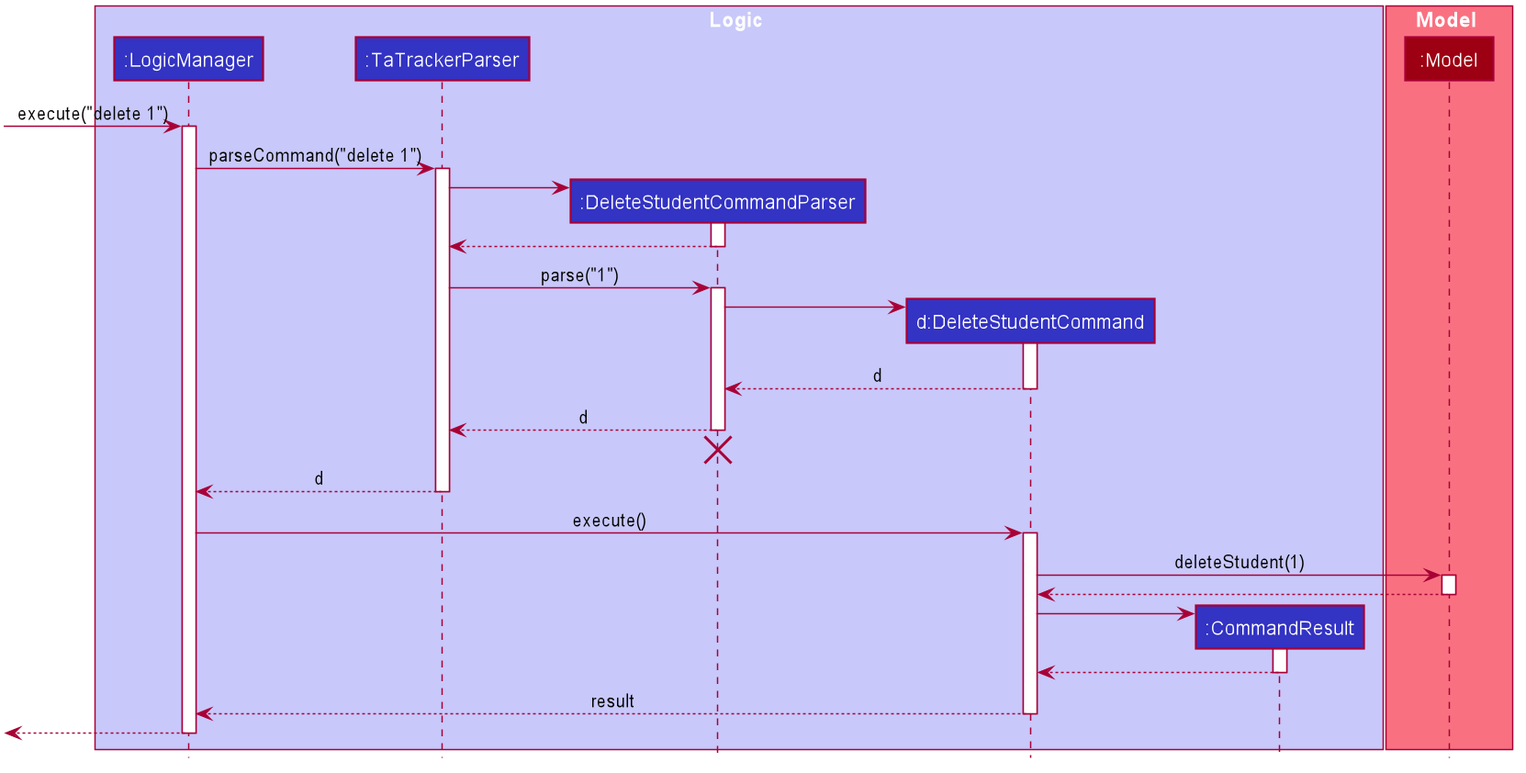
Above: docs/images/DeleteStudentSequenceDiagram.png in nus-cs2103-AY1920S2/addressbook-level3 (PlantUML), before the change.
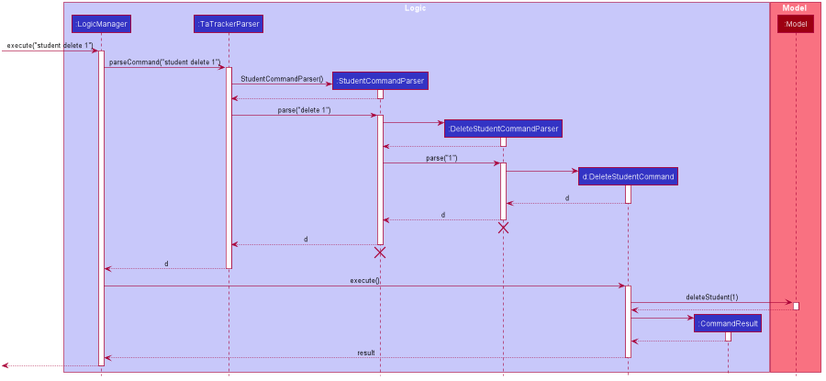
The same file after the commit.

Commit message:
Update Developer Guide

Diff of the diagram source:
```diff
@@ -51,6 +51,7 @@
 box Logic #C8C8FA
 participant ":LogicManager" as LogicManager #3333C4
 participant ":TaTrackerParser" as TaTrackerParser #3333C4
+participant ":StudentCommandParser" as StudentCommandParser #3333C4
 participant ":DeleteStudentCommandParser" as DeleteStudentCommandParser #3333C4
 participant "d:DeleteStudentCommand" as DeleteStudentCommand #3333C4
 participant ":CommandResult" as CommandResult #3333C4
@@ -60,20 +61,30 @@
 participant ":Model" as Model #9D0012
 end box
 
-[-> LogicManager : execute("delete 1")
+[-> LogicManager : execute("student delete 1")
 activate LogicManager
 
-LogicManager -> TaTrackerParser : parseCommand("delete 1")
+LogicManager -> TaTrackerParser : parseCommand("student delete 1")
 activate TaTrackerParser
 
+create StudentCommandParser
+TaTrackerParser -> StudentCommandParser: StudentCommandParser()
+activate StudentCommandParser
+
+StudentCommandParser --> TaTrackerParser
+deactivate StudentCommandParser
+
+TaTrackerParser -> StudentCommandParser : parse("delete 1")
+activate StudentCommandParser
+
 create DeleteStudentCommandParser
-TaTrackerParser -> DeleteStudentCommandParser
+StudentCommandParser -> DeleteStudentCommandParser
 activate DeleteStudentCommandParser
 
-DeleteStudentCommandParser --> TaTrackerParser
+DeleteStudentCommandParser --> StudentCommandParser
 deactivate DeleteStudentCommandParser
 
-TaTrackerParser -> DeleteStudentCommandParser : parse("1")
+StudentCommandParser -> DeleteStudentCommandParser : parse("1")
 activate DeleteStudentCommandParser
 
 create DeleteStudentCommand
@@ -83,10 +94,17 @@
 DeleteStudentCommand --> DeleteStudentCommandParser : d
 deactivate DeleteStudentCommand
 
-DeleteStudentCommandParser --> TaTrackerParser : d
+DeleteStudentCommandParser --> StudentCommandParser : d
 deactivate DeleteStudentCommandParser
-DeleteStudentCommandParser -[hidden]-> TaTrackerParser
+
+DeleteStudentCommandParser -[hidden]-> StudentCommandParser
 destroy DeleteStudentCommandParser
+
+StudentCommandParser --> TaTrackerParser : d
+deactivate StudentCommandParser
+
+StudentCommandParser -[hidden]-> TaTrackerParser
+destroy StudentCommandParser
 
 TaTrackerParser --> LogicManager : d
 deactivate TaTrackerParser
```
